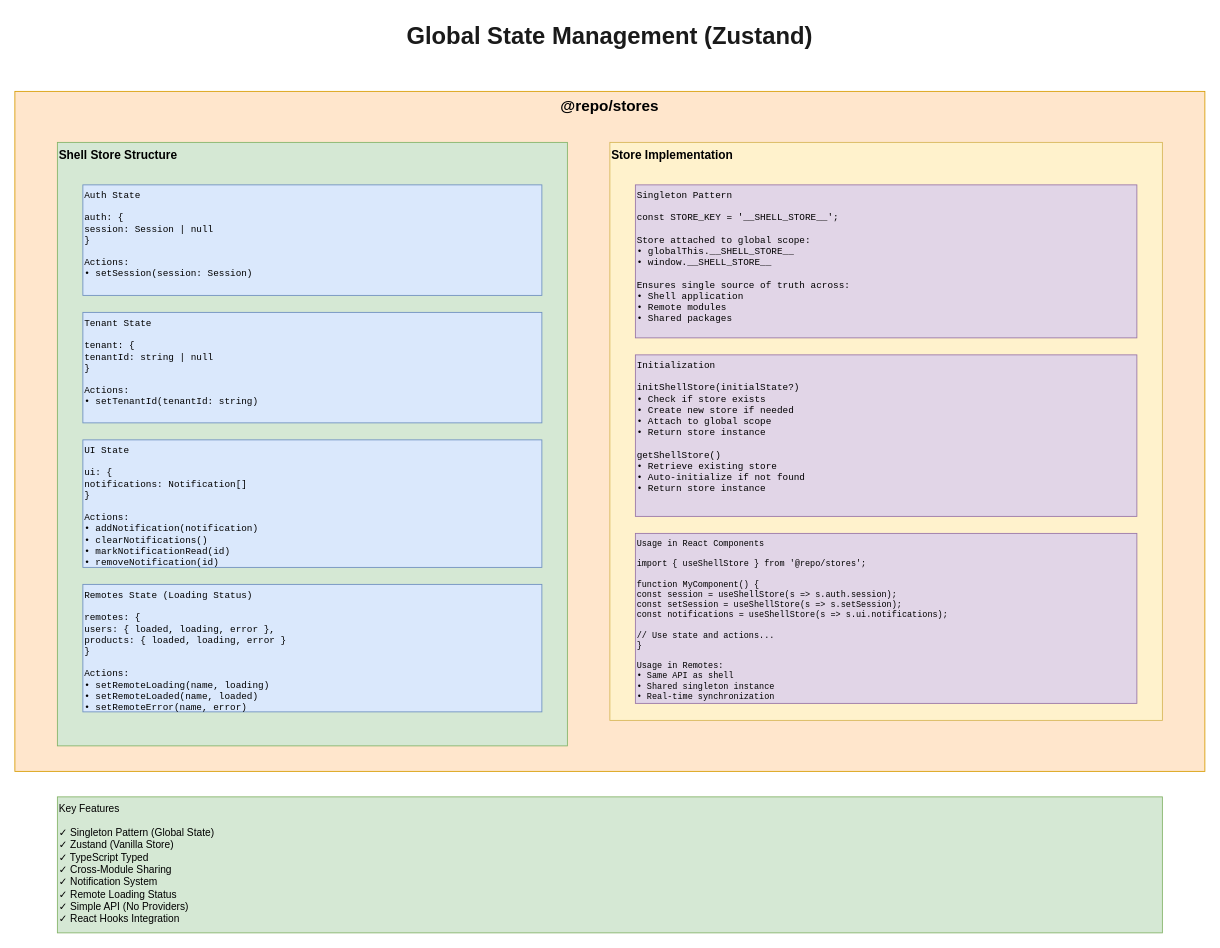
This is page "4. State Management" (4 of 4) of docs/MFE.drawio.xml from pmann2110/mfe-template, a draw.io file, before an edit. Source tidied: cells renumbered, new cells numbered last; positions are measured from the earlier drawing's top-left corner, leaving out a move shared by most shapes. Both pictures are drawn from the tidied source at 85%, with x=0, y=0 at pixel (14, 14).
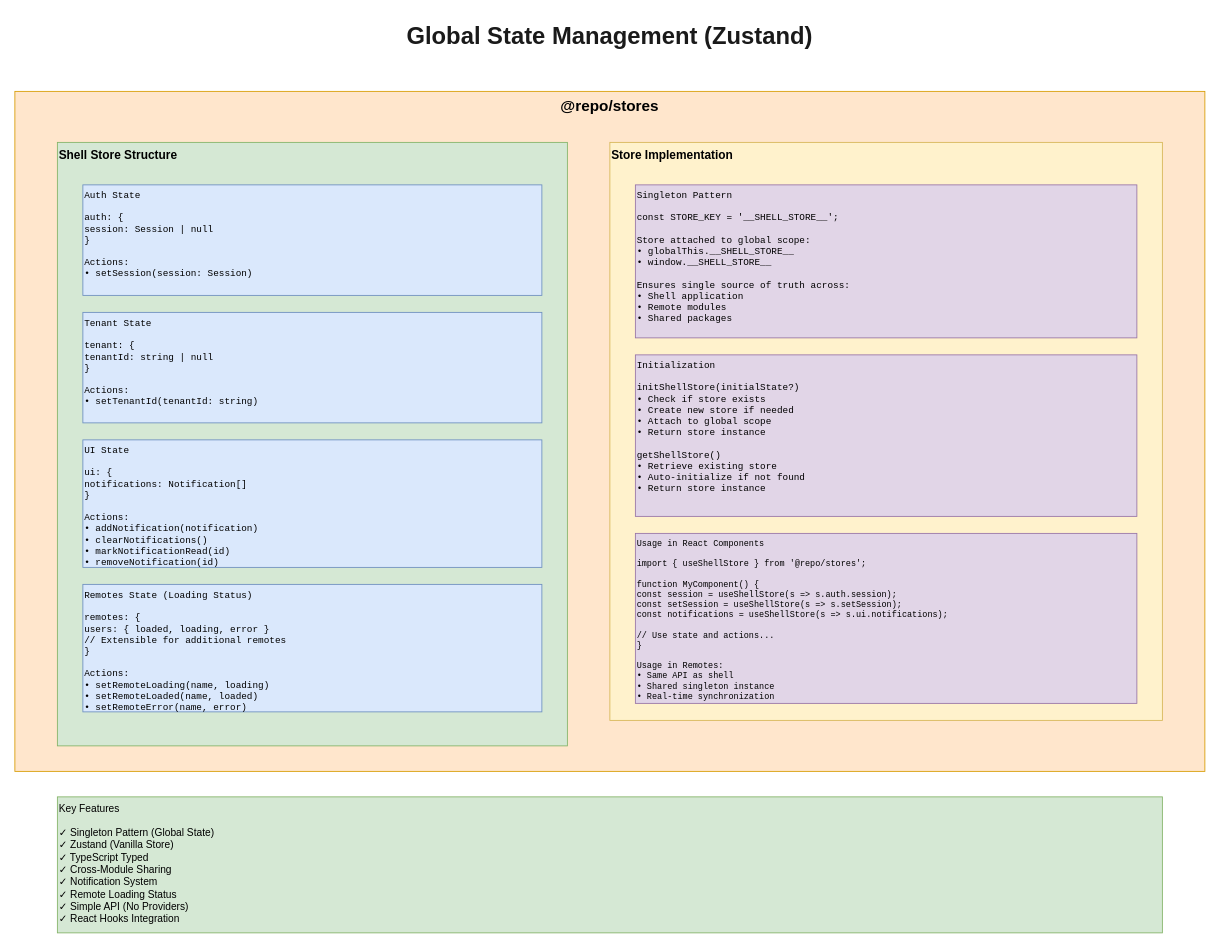
Above is the later version.

The edit, as a diff of the source:
```diff
@@
 <mxGraphModel background="#ffffff">
   <root>
     <mxCell id="0" />
     <mxCell id="1" parent="0" />
     <mxCell id="2" value="Global State Management (Zustand)" style="text;html=1;strokeColor=none;fillColor=none;align=center;verticalAlign=middle;whiteSpace=wrap;rounded=0;fontSize=28;fontStyle=1;fontColor=#1a1a1a;" parent="1" vertex="1">
       <mxGeometry x="300" width="800" height="50" as="geometry" />
     </mxCell>
     <mxCell id="3" value="@repo/stores" style="rounded=0;whiteSpace=wrap;html=1;fillColor=#ffe6cc;strokeColor=#d79b00;fontSize=18;fontStyle=1;verticalAlign=top;" parent="1" vertex="1">
       <mxGeometry y="90" width="1400" height="800" as="geometry" />
     </mxCell>
     <mxCell id="4" value="Shell Store Structure" style="rounded=0;whiteSpace=wrap;html=1;fillColor=#d5e8d4;strokeColor=#82b366;fontSize=14;fontStyle=1;verticalAlign=top;align=left;" parent="1" vertex="1">
       <mxGeometry x="50" y="150" width="600" height="710" as="geometry" />
     </mxCell>
     <mxCell id="5" value="Auth State&#10;&#10;auth: {&#10;  session: Session | null&#10;}&#10;&#10;Actions:&#10;• setSession(session: Session)" style="rounded=0;whiteSpace=wrap;html=1;fillColor=#dae8fc;strokeColor=#6c8ebf;fontSize=11;align=left;verticalAlign=top;fontFamily=Courier New;" parent="1" vertex="1">
       <mxGeometry x="80" y="200" width="540" height="130" as="geometry" />
     </mxCell>
     <mxCell id="6" value="Tenant State&#10;&#10;tenant: {&#10;  tenantId: string | null&#10;}&#10;&#10;Actions:&#10;• setTenantId(tenantId: string)" style="rounded=0;whiteSpace=wrap;html=1;fillColor=#dae8fc;strokeColor=#6c8ebf;fontSize=11;align=left;verticalAlign=top;fontFamily=Courier New;" parent="1" vertex="1">
       <mxGeometry x="80" y="350" width="540" height="130" as="geometry" />
     </mxCell>
     <mxCell id="7" value="UI State&#10;&#10;ui: {&#10;  notifications: Notification[]&#10;}&#10;&#10;Actions:&#10;• addNotification(notification)&#10;• clearNotifications()&#10;• markNotificationRead(id)&#10;• removeNotification(id)" style="rounded=0;whiteSpace=wrap;html=1;fillColor=#dae8fc;strokeColor=#6c8ebf;fontSize=11;align=left;verticalAlign=top;fontFamily=Courier New;" parent="1" vertex="1">
       <mxGeometry x="80" y="500" width="540" height="150" as="geometry" />
     </mxCell>
-    <mxCell id="8" value="Remotes State (Loading Status)&#10;&#10;remotes: {&#10;  users: { loaded, loading, error },&#10;  products: { loaded, loading, error }&#10;}&#10;&#10;Actions:&#10;• setRemoteLoading(name, loading)&#10;• setRemoteLoaded(name, loaded)&#10;• setRemoteError(name, error)" style="rounded=0;whiteSpace=wrap;html=1;fillColor=#dae8fc;strokeColor=#6c8ebf;fontSize=11;align=left;verticalAlign=top;fontFamily=Courier New;" parent="1" vertex="1">
+    <mxCell id="8" value="Remotes State (Loading Status)&#10;&#10;remotes: {&#10;  users: { loaded, loading, error }&#10;  // Extensible for additional remotes&#10;}&#10;&#10;Actions:&#10;• setRemoteLoading(name, loading)&#10;• setRemoteLoaded(name, loaded)&#10;• setRemoteError(name, error)" style="rounded=0;whiteSpace=wrap;html=1;fillColor=#dae8fc;strokeColor=#6c8ebf;fontSize=11;align=left;verticalAlign=top;fontFamily=Courier New;" parent="1" vertex="1">
       <mxGeometry x="80" y="670" width="540" height="150" as="geometry" />
     </mxCell>
     <mxCell id="9" value="Store Implementation" style="rounded=0;whiteSpace=wrap;html=1;fillColor=#fff2cc;strokeColor=#d6b656;fontSize=14;fontStyle=1;verticalAlign=top;align=left;" parent="1" vertex="1">
       <mxGeometry x="700" y="150" width="650" height="680" as="geometry" />
     </mxCell>
     <mxCell id="10" value="Singleton Pattern&#10;&#10;const STORE_KEY = '__SHELL_STORE__';&#10;&#10;Store attached to global scope:&#10;• globalThis.__SHELL_STORE__&#10;• window.__SHELL_STORE__&#10;&#10;Ensures single source of truth across:&#10;• Shell application&#10;• Remote modules&#10;• Shared packages" style="rounded=0;whiteSpace=wrap;html=1;fillColor=#e1d5e7;strokeColor=#9673a6;fontSize=11;align=left;verticalAlign=top;fontFamily=Courier New;" parent="1" vertex="1">
       <mxGeometry x="730" y="200" width="590" height="180" as="geometry" />
     </mxCell>
     <mxCell id="11" value="Initialization&#10;&#10;initShellStore(initialState?)&#10;• Check if store exists&#10;• Create new store if needed&#10;• Attach to global scope&#10;• Return store instance&#10;&#10;getShellStore()&#10;• Retrieve existing store&#10;• Auto-initialize if not found&#10;• Return store instance" style="rounded=0;whiteSpace=wrap;html=1;fillColor=#e1d5e7;strokeColor=#9673a6;fontSize=11;align=left;verticalAlign=top;fontFamily=Courier New;" parent="1" vertex="1">
       <mxGeometry x="730" y="400" width="590" height="190" as="geometry" />
     </mxCell>
     <mxCell id="12" value="Usage in React Components&#10;&#10;import { useShellStore } from '@repo/stores';&#10;&#10;function MyComponent() {&#10;  const session = useShellStore(s =&gt; s.auth.session);&#10;  const setSession = useShellStore(s =&gt; s.setSession);&#10;  const notifications = useShellStore(s =&gt; s.ui.notifications);&#10;  &#10;  // Use state and actions...&#10;}&#10;&#10;Usage in Remotes:&#10;• Same API as shell&#10;• Shared singleton instance&#10;• Real-time synchronization" style="rounded=0;whiteSpace=wrap;html=1;fillColor=#e1d5e7;strokeColor=#9673a6;fontSize=10;align=left;verticalAlign=top;fontFamily=Courier New;" parent="1" vertex="1">
       <mxGeometry x="730" y="610" width="590" height="200" as="geometry" />
     </mxCell>
     <mxCell id="13" value="Key Features&#10;&#10;✓ Singleton Pattern (Global State)&#10;✓ Zustand (Vanilla Store)&#10;✓ TypeScript Typed&#10;✓ Cross-Module Sharing&#10;✓ Notification System&#10;✓ Remote Loading Status&#10;✓ Simple API (No Providers)&#10;✓ React Hooks Integration" style="rounded=0;whiteSpace=wrap;html=1;fillColor=#d5e8d4;strokeColor=#82b366;fontSize=12;align=left;verticalAlign=top;" parent="1" vertex="1">
       <mxGeometry x="50" y="920" width="1300" height="160" as="geometry" />
     </mxCell>
   </root>
 </mxGraphModel>
```
